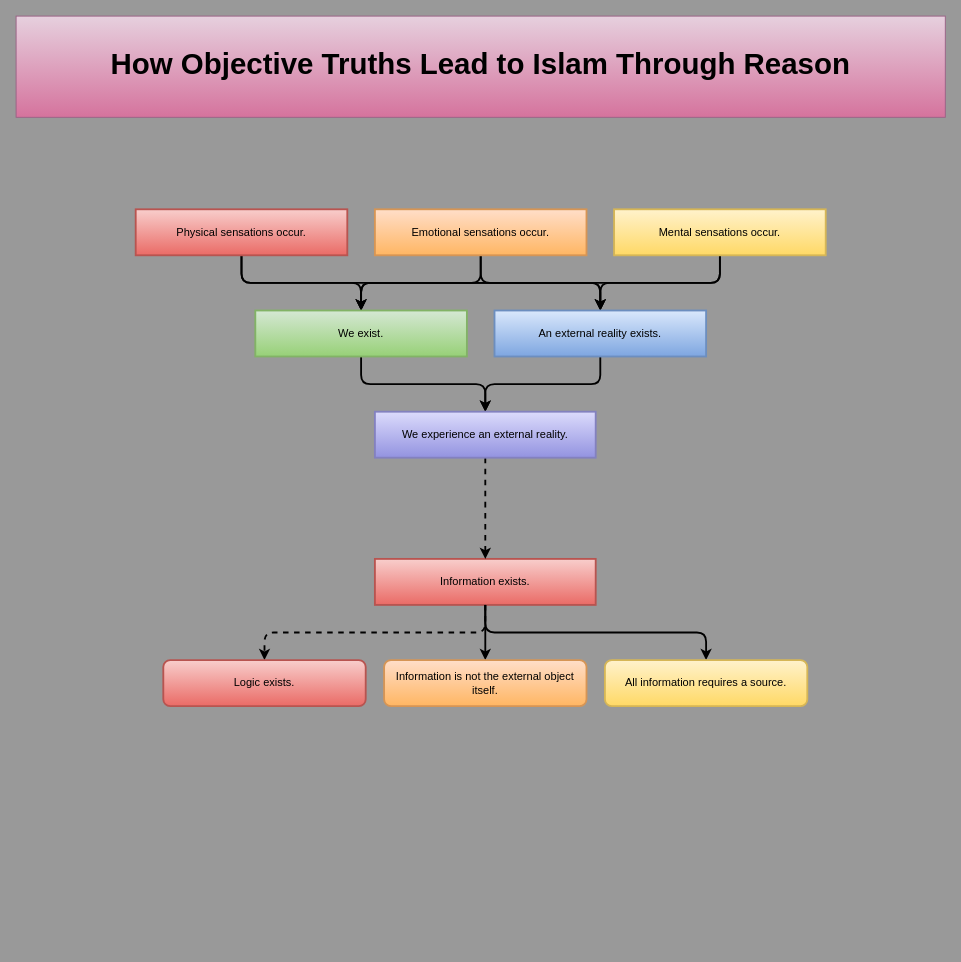
ixm-ibrahim/Diagrams keeps this draw.io diagram as page "0 - Master Diagram" (2 of 21) of Comparative Religion/How Objective Truths Lead to Islam through Reason.drawio. Above is the earlier version. Source tidied: cells renumbered, new cells numbered last; positions are measured from the earlier drawing's top-left corner, leaving out a move shared by most shapes. Both pictures are drawn from the tidied source at 92%, with x=0, y=0 at pixel (16, 16).
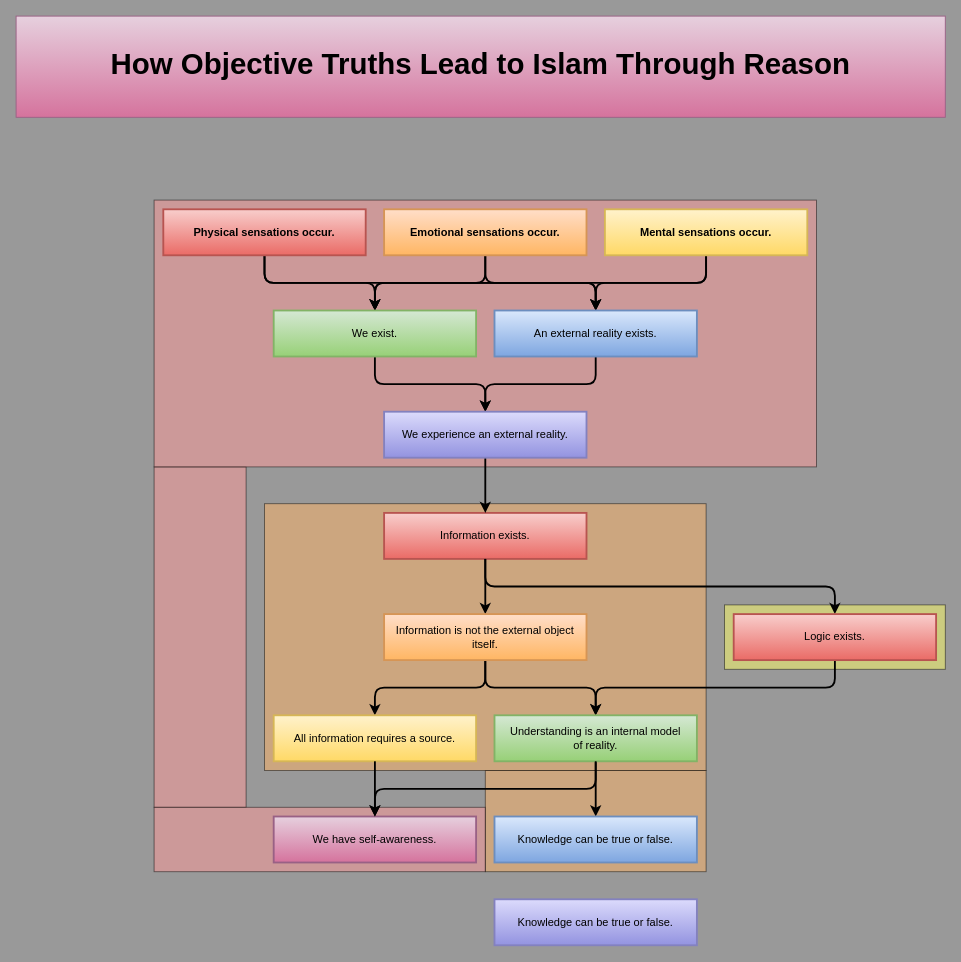
After the change.

Commit message (it also covers changes not shown here):
added summary, and finished up to "logic exists" and "we have self-awareness"

- also added to and modified color structure

Diff of the diagram source:
```diff
@@
+    <mxCell id="25" style="rounded=0;whiteSpace=wrap;html=1;fontFamily=Helvetica;fontSize=11;fontColor=default;labelBackgroundColor=default;fillColor=#FFB366;opacity=50;" parent="1" vertex="1">
+      <mxGeometry x="510" y="820" width="240" height="110" as="geometry" />
+    </mxCell>
+    <mxCell id="26" style="rounded=0;whiteSpace=wrap;html=1;fontFamily=Helvetica;fontSize=11;fontColor=default;labelBackgroundColor=default;fillColor=#FF9999;opacity=50;" parent="1" vertex="1">
+      <mxGeometry x="150" y="490" width="100" height="370" as="geometry" />
+    </mxCell>
+    <mxCell id="27" style="rounded=0;whiteSpace=wrap;html=1;fontFamily=Helvetica;fontSize=11;fontColor=default;labelBackgroundColor=default;fillColor=#FFFF66;opacity=50;" parent="1" vertex="1">
+      <mxGeometry x="770" y="640" width="240" height="70" as="geometry" />
+    </mxCell>
+    <mxCell id="28" style="rounded=0;whiteSpace=wrap;html=1;fontFamily=Helvetica;fontSize=11;fontColor=default;labelBackgroundColor=default;fillColor=#FFB366;opacity=50;" parent="1" vertex="1">
+      <mxGeometry x="270" y="530" width="480" height="290" as="geometry" />
+    </mxCell>
+    <mxCell id="29" style="rounded=0;whiteSpace=wrap;html=1;fontFamily=Helvetica;fontSize=11;fontColor=default;labelBackgroundColor=default;fillColor=#FF9999;opacity=50;" parent="1" vertex="1">
+      <mxGeometry x="150" y="860" width="360" height="70" as="geometry" />
+    </mxCell>
+    <mxCell id="30" style="rounded=0;whiteSpace=wrap;html=1;fontFamily=Helvetica;fontSize=11;fontColor=default;labelBackgroundColor=default;fillColor=#FF9999;opacity=50;" parent="1" vertex="1">
+      <mxGeometry x="150" y="200" width="720" height="290" as="geometry" />
+    </mxCell>
@@
-    <mxCell id="4" value="&lt;font style=&quot;font-size: 12px;&quot;&gt;Physical sensations occur.&lt;/font&gt;" style="rounded=0;whiteSpace=wrap;html=1;fillColor=#f8cecc;gradientColor=#ea6b66;strokeColor=#b85450;strokeWidth=2;fontSize=1;" parent="1" vertex="1">
-      <mxGeometry x="130" y="210" width="230" height="50" as="geometry" />
+    <mxCell id="4" value="&lt;font style=&quot;font-size: 12px;&quot;&gt;Physical sensations occur.&lt;/font&gt;" style="rounded=0;whiteSpace=wrap;html=1;fillColor=#f8cecc;gradientColor=#EA6B66;strokeColor=#b85450;strokeWidth=2;fontSize=1;fontStyle=1;" parent="1" vertex="1">
+      <mxGeometry x="160" y="210" width="220" height="50" as="geometry" />
     </mxCell>
@@
-    <mxCell id="7" value="&lt;font style=&quot;font-size: 12px;&quot;&gt;Mental sensations occur.&lt;/font&gt;" style="rounded=0;whiteSpace=wrap;html=1;fillColor=#fff2cc;gradientColor=#ffd966;strokeColor=#d6b656;strokeWidth=2;fontSize=1;" parent="1" vertex="1">
-      <mxGeometry x="650" y="210" width="230" height="50" as="geometry" />
+    <mxCell id="7" value="&lt;font style=&quot;font-size: 12px;&quot;&gt;Mental sensations occur.&lt;/font&gt;" style="rounded=0;whiteSpace=wrap;html=1;fillColor=#fff2cc;gradientColor=#ffd966;strokeColor=#d6b656;strokeWidth=2;fontSize=1;fontStyle=1;" parent="1" vertex="1">
+      <mxGeometry x="640" y="210" width="220" height="50" as="geometry" />
     </mxCell>
@@
-    <mxCell id="10" value="&lt;font style=&quot;font-size: 12px;&quot;&gt;Emotional sensations occur.&lt;/font&gt;" style="rounded=0;whiteSpace=wrap;html=1;fillColor=#FFDEC9;gradientColor=#FFB663;strokeColor=#D69555;strokeWidth=2;fontSize=1;" parent="1" vertex="1">
-      <mxGeometry x="390" y="210" width="230" height="50" as="geometry" />
+    <mxCell id="10" value="&lt;font style=&quot;font-size: 12px;&quot;&gt;Emotional sensations occur.&lt;/font&gt;" style="rounded=0;whiteSpace=wrap;html=1;fillColor=#FFDEC9;gradientColor=#FFB663;strokeColor=#D69555;strokeWidth=2;fontSize=1;fontStyle=1;" parent="1" vertex="1">
+      <mxGeometry x="400" y="210" width="220" height="50" as="geometry" />
     </mxCell>
@@
     <mxCell id="12" value="&lt;font style=&quot;font-size: 12px;&quot;&gt;We exist.&lt;/font&gt;" style="rounded=0;whiteSpace=wrap;html=1;fillColor=#d5e8d4;gradientColor=#97d077;strokeColor=#82b366;strokeWidth=2;fontSize=1;" parent="1" vertex="1">
-      <mxGeometry x="260" y="320" width="230" height="50" as="geometry" />
+      <mxGeometry x="280" y="320" width="220" height="50" as="geometry" />
     </mxCell>
@@
     <mxCell id="14" value="&lt;font style=&quot;font-size: 12px;&quot;&gt;An external reality exists.&lt;/font&gt;" style="rounded=0;whiteSpace=wrap;html=1;fillColor=#dae8fc;gradientColor=#7ea6e0;strokeColor=#6c8ebf;strokeWidth=2;fontSize=1;" parent="1" vertex="1">
-      <mxGeometry x="520" y="320" width="230" height="50" as="geometry" />
+      <mxGeometry x="520" y="320" width="220" height="50" as="geometry" />
     </mxCell>
     <mxCell id="15" value="&lt;font style=&quot;font-size: 12px;&quot;&gt;Information exists.&lt;/font&gt;" style="rounded=0;whiteSpace=wrap;html=1;fillColor=#f8cecc;gradientColor=#ea6b66;strokeColor=#b85450;strokeWidth=2;fontSize=1;" parent="1" vertex="1">
-      <mxGeometry x="390" y="590" width="240" height="50" as="geometry" />
+      <mxGeometry x="400" y="540" width="220" height="50" as="geometry" />
     </mxCell>
-    <mxCell id="16" style="edgeStyle=elbowEdgeStyle;shape=connector;curved=0;rounded=1;jettySize=auto;elbow=vertical;html=1;exitX=0.5;exitY=1;exitDx=0;exitDy=0;entryX=0.5;entryY=0;entryDx=0;entryDy=0;strokeColor=default;strokeWidth=2;align=center;verticalAlign=middle;fontFamily=Helvetica;fontSize=11;fontColor=default;labelBackgroundColor=default;endArrow=classic;dashed=1;" parent="1" edge="1" source="17" target="15">
+    <mxCell id="16" style="edgeStyle=elbowEdgeStyle;shape=connector;curved=0;rounded=1;jettySize=auto;elbow=vertical;html=1;exitX=0.5;exitY=1;exitDx=0;exitDy=0;entryX=0.5;entryY=0;entryDx=0;entryDy=0;strokeColor=default;strokeWidth=2;align=center;verticalAlign=middle;fontFamily=Helvetica;fontSize=11;fontColor=default;labelBackgroundColor=default;endArrow=classic;" parent="1" edge="1" source="17" target="15">
       <mxGeometry relative="1" as="geometry" />
     </mxCell>
     <mxCell id="17" value="&lt;font style=&quot;font-size: 12px;&quot;&gt;We experience an external reality.&lt;/font&gt;" style="rounded=0;whiteSpace=wrap;html=1;fillColor=#DCDBFC;gradientColor=#9393E0;strokeColor=#8381BF;strokeWidth=2;fontSize=1;" parent="1" vertex="1">
-      <mxGeometry x="390" y="430" width="240" height="50" as="geometry" />
+      <mxGeometry x="400" y="430" width="220" height="50" as="geometry" />
     </mxCell>
@@
-    <mxCell id="19" style="edgeStyle=elbowEdgeStyle;shape=connector;curved=0;rounded=1;jettySize=auto;elbow=vertical;html=1;exitX=0.5;exitY=1;exitDx=0;exitDy=0;entryX=0.5;entryY=0;entryDx=0;entryDy=0;strokeColor=default;strokeWidth=2;align=center;verticalAlign=middle;fontFamily=Helvetica;fontSize=11;fontColor=default;labelBackgroundColor=default;endArrow=classic;dashed=1;" parent="1" edge="1" source="15" target="22">
+    <mxCell id="19" style="edgeStyle=elbowEdgeStyle;shape=connector;curved=0;rounded=1;jettySize=auto;elbow=vertical;html=1;exitX=0.5;exitY=1;exitDx=0;exitDy=0;entryX=0.5;entryY=0;entryDx=0;entryDy=0;strokeColor=default;strokeWidth=2;align=center;verticalAlign=middle;fontFamily=Helvetica;fontSize=11;fontColor=default;labelBackgroundColor=default;endArrow=classic;" parent="1" edge="1" source="15" target="22">
       <mxGeometry relative="1" as="geometry" />
     </mxCell>
@@
-    <mxCell id="21" style="edgeStyle=elbowEdgeStyle;shape=connector;curved=0;rounded=1;jettySize=auto;elbow=vertical;html=1;exitX=0.5;exitY=1;exitDx=0;exitDy=0;entryX=0.5;entryY=0;entryDx=0;entryDy=0;strokeColor=default;strokeWidth=2;align=center;verticalAlign=middle;fontFamily=Helvetica;fontSize=11;fontColor=default;labelBackgroundColor=default;endArrow=classic;" parent="1" edge="1" source="15" target="24">
+    <mxCell id="21" style="edgeStyle=elbowEdgeStyle;shape=connector;curved=0;rounded=1;jettySize=auto;elbow=vertical;html=1;exitX=0.5;exitY=1;exitDx=0;exitDy=0;entryX=0.5;entryY=0;entryDx=0;entryDy=0;strokeColor=default;strokeWidth=2;align=center;verticalAlign=middle;fontFamily=Helvetica;fontSize=11;fontColor=default;labelBackgroundColor=default;endArrow=classic;" parent="1" edge="1" source="23" target="24">
       <mxGeometry relative="1" as="geometry" />
     </mxCell>
+    <mxCell id="31" style="edgeStyle=elbowEdgeStyle;shape=connector;curved=0;rounded=1;jettySize=auto;elbow=vertical;html=1;exitX=0.5;exitY=1;exitDx=0;exitDy=0;entryX=0.5;entryY=0;entryDx=0;entryDy=0;strokeColor=default;strokeWidth=2;align=center;verticalAlign=middle;fontFamily=Helvetica;fontSize=11;fontColor=default;labelBackgroundColor=default;endArrow=classic;" parent="1" edge="1" source="22" target="24">
+      <mxGeometry relative="1" as="geometry" />
+    </mxCell>
-    <mxCell id="22" value="&lt;font style=&quot;font-size: 12px;&quot;&gt;Logic exists.&lt;/font&gt;" style="rounded=1;whiteSpace=wrap;html=1;fillColor=#f8cecc;gradientColor=#ea6b66;strokeColor=#b85450;strokeWidth=2;fontSize=1;" parent="1" vertex="1">
-      <mxGeometry x="160" y="700" width="220" height="50" as="geometry" />
+    <mxCell id="22" value="&lt;font style=&quot;font-size: 12px;&quot;&gt;Logic exists.&lt;/font&gt;" style="rounded=0;whiteSpace=wrap;html=1;fillColor=#f8cecc;gradientColor=#ea6b66;strokeColor=#b85450;strokeWidth=2;fontSize=1;" parent="1" vertex="1">
+      <mxGeometry x="780" y="650" width="220" height="50" as="geometry" />
     </mxCell>
+    <mxCell id="32" style="edgeStyle=elbowEdgeStyle;shape=connector;curved=0;rounded=1;jettySize=auto;elbow=vertical;html=1;exitX=0.5;exitY=1;exitDx=0;exitDy=0;entryX=0.5;entryY=0;entryDx=0;entryDy=0;strokeColor=default;strokeWidth=2;align=center;verticalAlign=middle;fontFamily=Helvetica;fontSize=11;fontColor=default;labelBackgroundColor=default;endArrow=classic;" parent="1" edge="1" source="23" target="36">
+      <mxGeometry relative="1" as="geometry" />
+    </mxCell>
-    <mxCell id="23" value="&lt;span style=&quot;font-size: 12px;&quot;&gt;Information is not the external object itself.&lt;/span&gt;" style="rounded=1;whiteSpace=wrap;html=1;fillColor=#FFDEC9;gradientColor=#FFB663;strokeColor=#D69555;strokeWidth=2;fontSize=1;" parent="1" vertex="1">
-      <mxGeometry x="400" y="700" width="220" height="50" as="geometry" />
+    <mxCell id="23" value="&lt;span style=&quot;font-size: 12px;&quot;&gt;Information is not the external object itself.&lt;/span&gt;" style="rounded=0;whiteSpace=wrap;html=1;fillColor=#FFDEC9;gradientColor=#FFB663;strokeColor=#D69555;strokeWidth=2;fontSize=1;" parent="1" vertex="1">
+      <mxGeometry x="400" y="650" width="220" height="50" as="geometry" />
     </mxCell>
+    <mxCell id="33" style="edgeStyle=elbowEdgeStyle;shape=connector;curved=0;rounded=1;jettySize=auto;elbow=vertical;html=1;exitX=0.5;exitY=1;exitDx=0;exitDy=0;entryX=0.5;entryY=0;entryDx=0;entryDy=0;strokeColor=default;strokeWidth=2;align=center;verticalAlign=middle;fontFamily=Helvetica;fontSize=11;fontColor=default;labelBackgroundColor=default;endArrow=classic;" parent="1" edge="1" source="24" target="38">
+      <mxGeometry relative="1" as="geometry" />
+    </mxCell>
-    <mxCell id="24" value="&lt;span style=&quot;font-size: 12px;&quot;&gt;All information requires a source.&lt;/span&gt;" style="rounded=1;whiteSpace=wrap;html=1;fillColor=#fff2cc;gradientColor=#ffd966;strokeColor=#d6b656;strokeWidth=2;fontSize=1;" parent="1" vertex="1">
-      <mxGeometry x="640" y="700" width="220" height="50" as="geometry" />
+    <mxCell id="24" value="&lt;span style=&quot;font-size: 12px;&quot;&gt;Understanding&amp;nbsp;is an internal model of&amp;nbsp;&lt;/span&gt;&lt;span style=&quot;font-size: 12px;&quot;&gt;reality.&lt;/span&gt;" style="rounded=0;whiteSpace=wrap;html=1;fillColor=#d5e8d4;gradientColor=#97d077;strokeColor=#82b366;strokeWidth=2;fontSize=1;" parent="1" vertex="1">
+      <mxGeometry x="520" y="760" width="220" height="50" as="geometry" />
     </mxCell>
+    <mxCell id="34" value="&lt;span style=&quot;font-size: 12px;&quot;&gt;We have self-awareness.&lt;/span&gt;" style="rounded=0;whiteSpace=wrap;html=1;fillColor=#e6d0de;gradientColor=#d5739d;strokeColor=#996185;strokeWidth=2;fontSize=1;" parent="1" vertex="1">
+      <mxGeometry x="280" y="870" width="220" height="50" as="geometry" />
+    </mxCell>
+    <mxCell id="35" style="edgeStyle=elbowEdgeStyle;shape=connector;curved=0;rounded=1;jettySize=auto;elbow=vertical;html=1;entryX=0.5;entryY=0;entryDx=0;entryDy=0;strokeColor=default;strokeWidth=2;align=center;verticalAlign=middle;fontFamily=Helvetica;fontSize=11;fontColor=default;labelBackgroundColor=default;endArrow=classic;exitX=0.5;exitY=1;exitDx=0;exitDy=0;" parent="1" edge="1" source="24" target="34">
+      <mxGeometry relative="1" as="geometry" />
+    </mxCell>
+    <mxCell id="36" value="&lt;span style=&quot;font-size: 12px;&quot;&gt;All information requires a source.&lt;/span&gt;" style="rounded=0;whiteSpace=wrap;html=1;fillColor=#fff2cc;gradientColor=#ffd966;strokeColor=#d6b656;strokeWidth=2;fontSize=1;" parent="1" vertex="1">
+      <mxGeometry x="280" y="760" width="220" height="50" as="geometry" />
+    </mxCell>
+    <mxCell id="37" style="edgeStyle=elbowEdgeStyle;shape=connector;curved=0;rounded=1;jettySize=auto;elbow=vertical;html=1;entryX=0.5;entryY=0;entryDx=0;entryDy=0;strokeColor=default;strokeWidth=2;align=center;verticalAlign=middle;fontFamily=Helvetica;fontSize=11;fontColor=default;labelBackgroundColor=default;endArrow=classic;exitX=0.5;exitY=1;exitDx=0;exitDy=0;" parent="1" edge="1" source="36" target="34">
+      <mxGeometry relative="1" as="geometry" />
+    </mxCell>
+    <mxCell id="38" value="&lt;span style=&quot;font-size: 12px;&quot;&gt;Knowledge can be true or false.&lt;/span&gt;" style="rounded=0;whiteSpace=wrap;html=1;fillColor=#dae8fc;gradientColor=#7ea6e0;strokeColor=#6c8ebf;strokeWidth=2;fontSize=1;" parent="1" vertex="1">
+      <mxGeometry x="520" y="870" width="220" height="50" as="geometry" />
+    </mxCell>
+    <mxCell id="39" value="&lt;span style=&quot;font-size: 12px;&quot;&gt;Knowledge can be true or false.&lt;/span&gt;" style="rounded=0;whiteSpace=wrap;html=1;fillColor=#DCDBFC;gradientColor=#9393E0;strokeColor=#8381BF;strokeWidth=2;fontSize=1;" parent="1" vertex="1">
+      <mxGeometry x="520" y="960" width="220" height="50" as="geometry" />
+    </mxCell>
```
